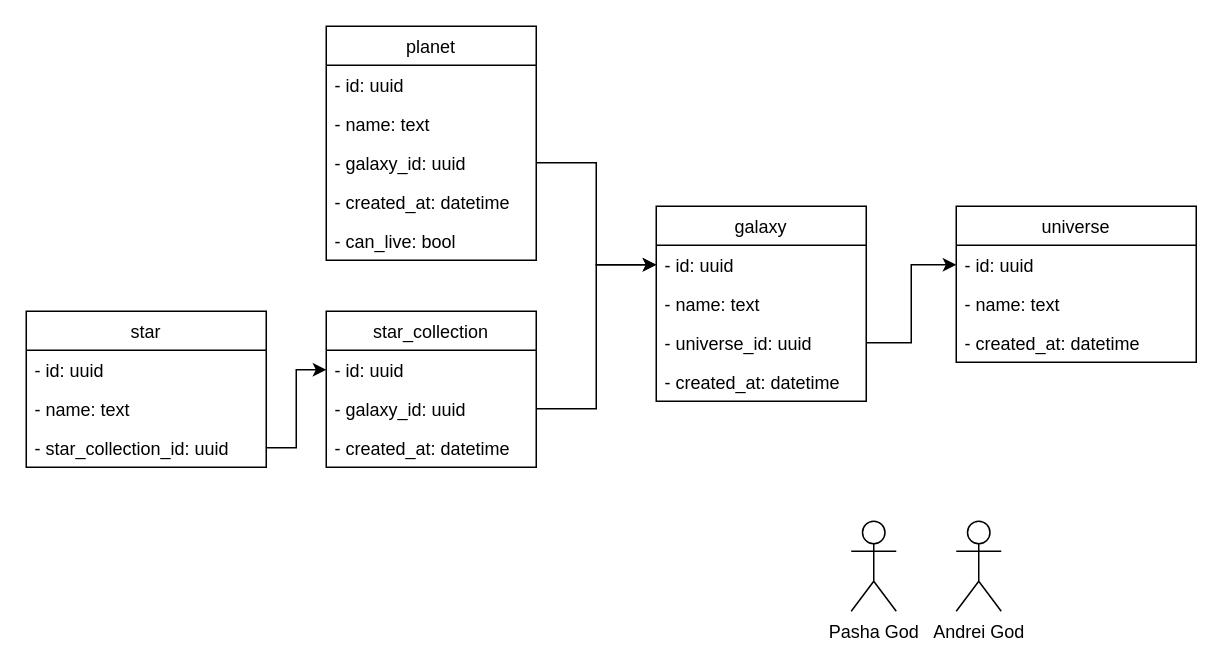
Before: db_diagram.drawio in ZetoOfficial/star, a draw.io diagram. Source tidied: cells renumbered, new cells numbered last; positions are measured from the earlier drawing's top-left corner, leaving out a move shared by most shapes. Both pictures are drawn from the tidied source at 150%, with x=0, y=0 at pixel (26, 26).
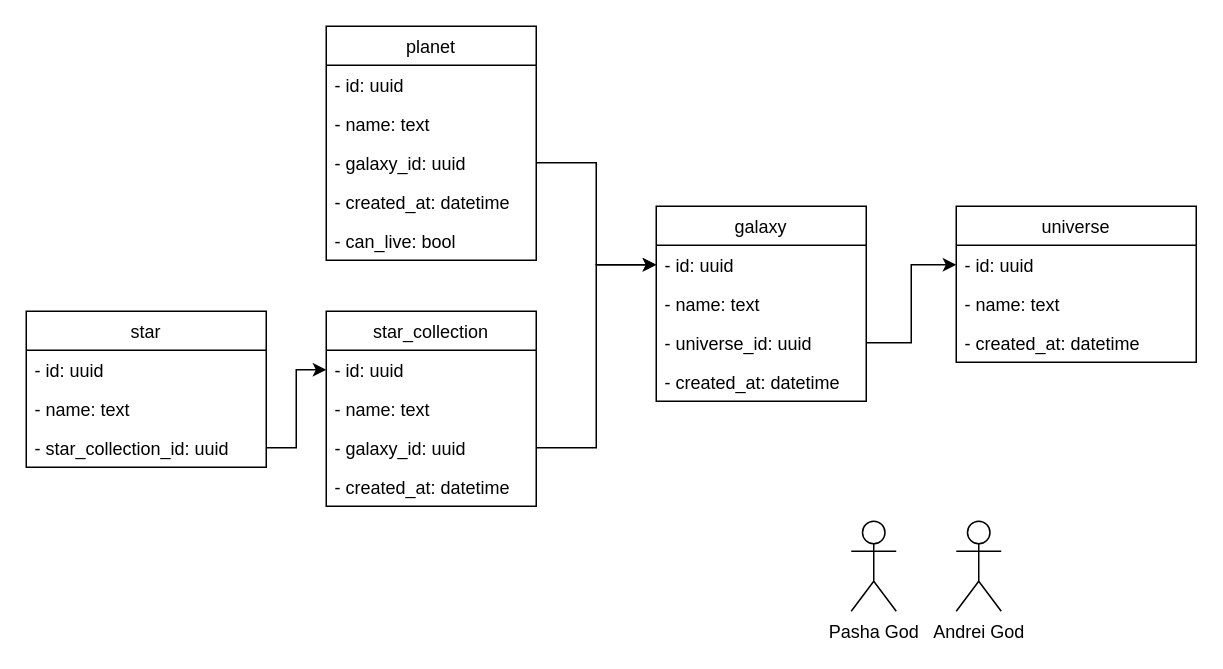
Above is the later version.

Commit message:
Add name to star collection to diagram

Change to the diagram source:
```diff
@@
     <mxCell id="20" value="star_collection" style="swimlane;fontStyle=0;horizontal=1;startSize=26;fillColor=none;" parent="1" vertex="1">
-      <mxGeometry x="200" y="190" width="140" height="104" as="geometry" />
+      <mxGeometry x="200" y="190" width="140" height="130" as="geometry" />
     </mxCell>
@@
+    <mxCell id="32" value="- name: text" style="text;strokeColor=none;fillColor=none;align=left;verticalAlign=top;spacingLeft=4;spacingRight=4;overflow=hidden;" parent="20" vertex="1">
+      <mxGeometry y="52" width="140" height="26" as="geometry" />
+    </mxCell>
     <mxCell id="22" value="- galaxy_id: uuid" style="text;strokeColor=none;fillColor=none;align=left;verticalAlign=top;spacingLeft=4;spacingRight=4;overflow=hidden;points=[[0,0.5],[1,0.5]];portConstraint=eastwest;" parent="20" vertex="1">
-      <mxGeometry y="52" width="140" height="26" as="geometry" />
+      <mxGeometry y="78" width="140" height="26" as="geometry" />
     </mxCell>
     <mxCell id="23" value="- created_at: datetime&#10;" style="text;strokeColor=none;fillColor=none;align=left;verticalAlign=top;spacingLeft=4;spacingRight=4;overflow=hidden;" parent="20" vertex="1">
-      <mxGeometry y="78" width="140" height="26" as="geometry" />
+      <mxGeometry y="104" width="140" height="26" as="geometry" />
     </mxCell>
```
